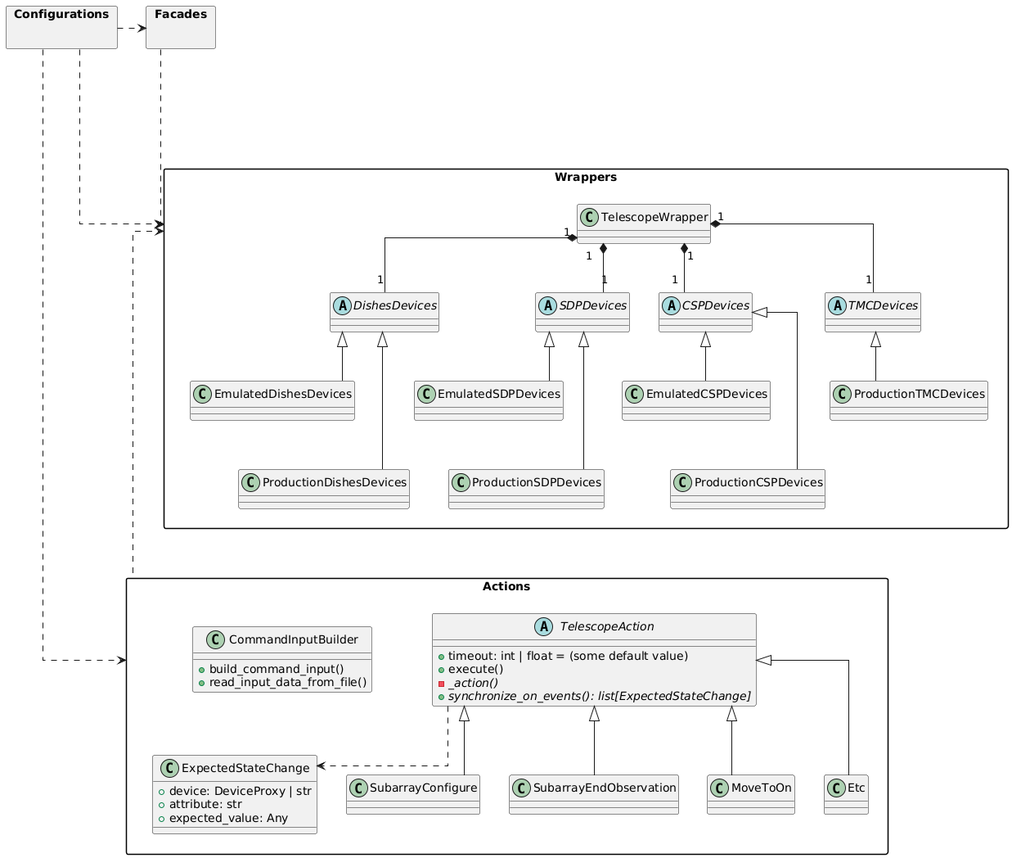
Above: src/ska_integration_test_harness/architecture-actions.png in ska-telescope/ska-integration-test-harness (PlantUML), before the change.
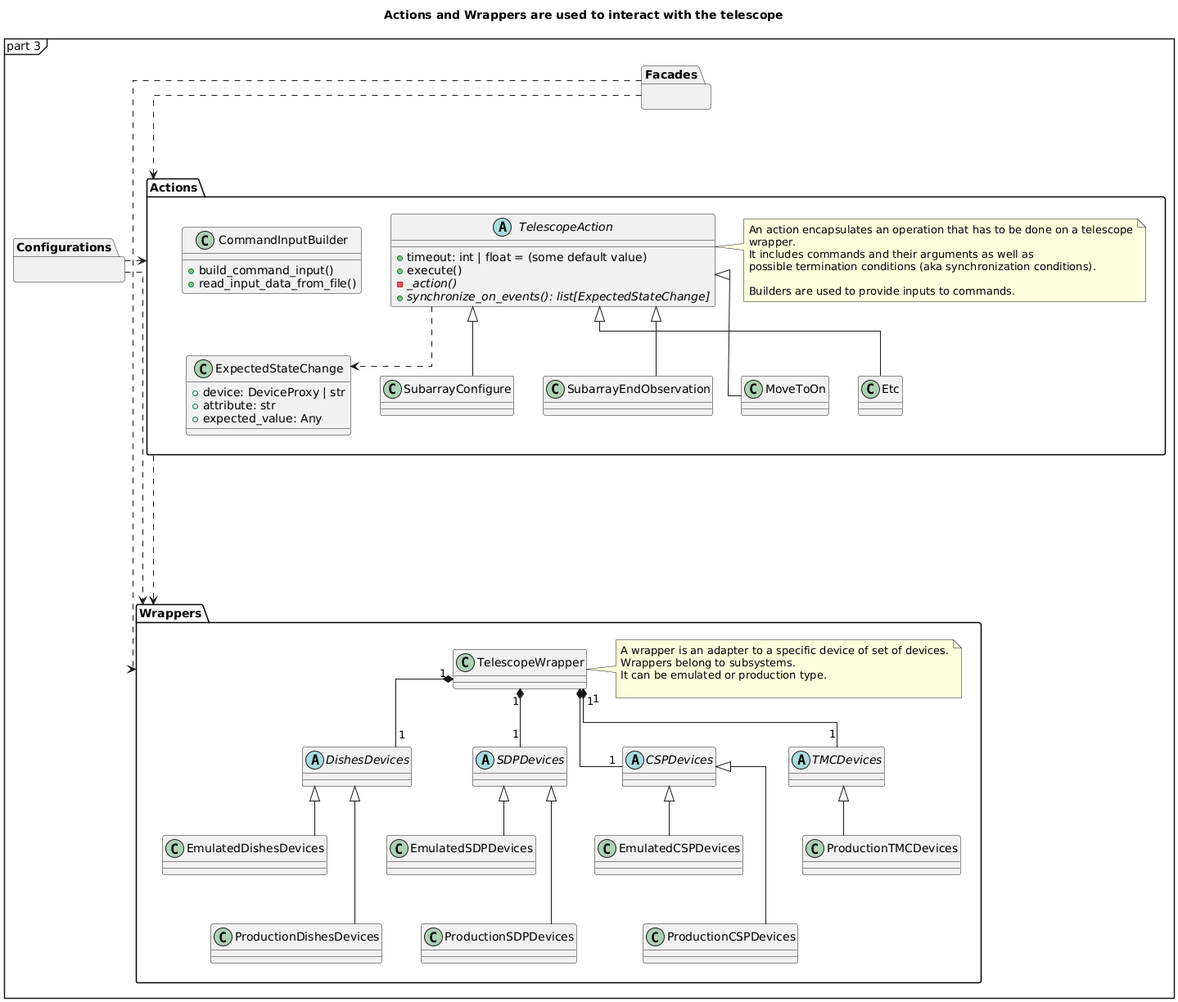
The same diagram one commit later.

Commit message:
SP-4375: added architecture diagram on configurations

The edit, as a diff of the source:
```diff
@@ -1,9 +1,9 @@
 @startuml
 
-skinparam packageStyle rectangle
+mainframe part 3
 skinparam linetype ortho
 
-top to bottom direction
+title Actions and Wrappers are used to interact with the telescope
 
 package "Configurations" {
 
@@ -13,13 +13,19 @@
 
 }
 
-Configurations .right.> Facades
 Configurations .right.> Wrappers
 Configurations .right.> Actions
 
 package "Wrappers" {
     class TelescopeWrapper {
     }
+
+    note right
+    A wrapper is an adapter to a specific device of set of devices.
+    Wrappers belong to subsystems.
+    It can be emulated or production type.
+
+    end note
 
     abstract class TMCDevices
     class ProductionTMCDevices
@@ -57,6 +63,15 @@
         + synchronize_on_events(): list[ExpectedStateChange] {abstract}
     }
 
+    note right
+    An action encapsulates an operation that has to be done on a telescope
+    wrapper.
+    It includes commands and their arguments as well as
+    possible termination conditions (aka synchronization conditions).
+
+    Builders are used to provide inputs to commands.
+    end note
+
     class ExpectedStateChange {
         + device: DeviceProxy | str
         + attribute: str
@@ -80,11 +95,10 @@
 
     TelescopeAction ..> ExpectedStateChange
 }
-"Wrappers" -[hidden]down--- Actions
 
-Facades -[hidden]down- "Wrappers"
-Facades ..down..> "Wrappers"
-"Actions" ..up....> Wrappers
+Facades ...> "Wrappers"
+Facades ...> "Actions"
+"Actions" ......> Wrappers
 
 
 EmulatedCSPDevices -[hidden]down- ProductionCSPDevices
```
